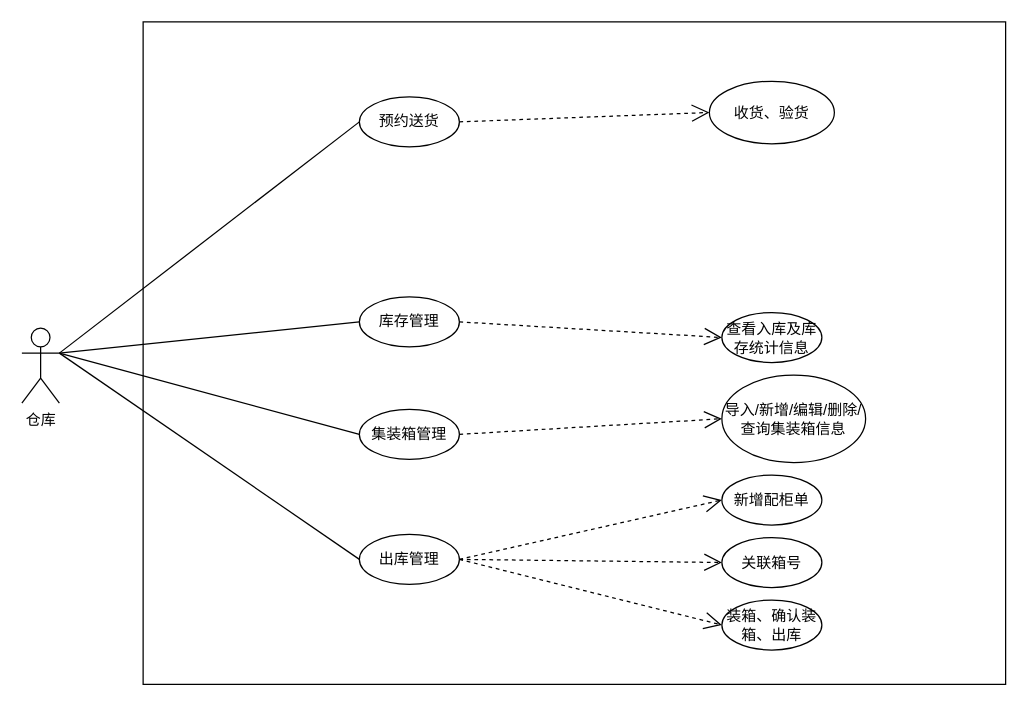
Earlier version of the draw.io diagram page "仓库用例图" (9 of 28) of wbooking docs/进区预约系统.drawio (sxc-one/e-conitl). Source tidied: cells renumbered, new cells numbered last; positions are measured from the earlier drawing's top-left corner, leaving out a move shared by most shapes. Both pictures are drawn from the tidied source at 125%, with x=0, y=0 at pixel (21, 21).
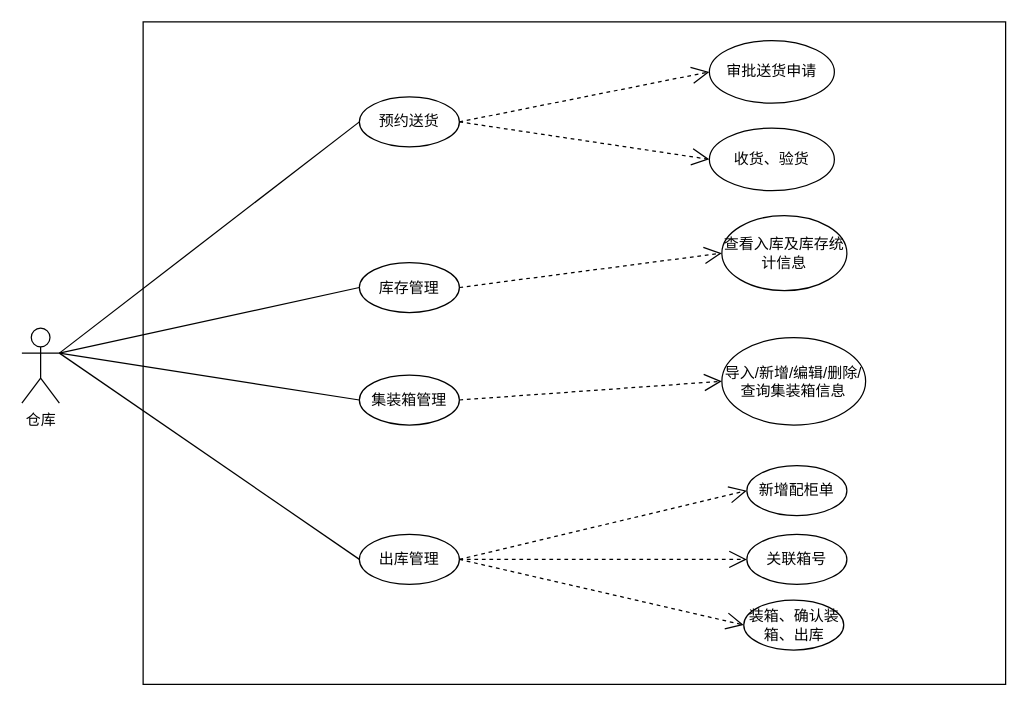
The same diagram, later.

Unchanged cells that the change refers to:
```xml
<mxCell id="6" value="预约送货" style="ellipse;whiteSpace=wrap;html=1;" parent="1" vertex="1">
  <mxGeometry x="270" y="60" width="80" height="40" as="geometry" />
</mxCell>
```

Diff of the diagram source:
```diff
@@
     <mxCell id="4" value="集装箱管理" style="ellipse;whiteSpace=wrap;html=1;" parent="1" vertex="1">
-      <mxGeometry x="270" y="310" width="80" height="40" as="geometry" />
+      <mxGeometry x="270" y="282.5" width="80" height="40" as="geometry" />
     </mxCell>
     <mxCell id="5" value="库存管理" style="ellipse;whiteSpace=wrap;html=1;" parent="1" vertex="1">
-      <mxGeometry x="270" y="220" width="80" height="40" as="geometry" />
+      <mxGeometry x="270" y="192.5" width="80" height="40" as="geometry" />
     </mxCell>
@@
     <mxCell id="8" value="收货、验货" style="ellipse;whiteSpace=wrap;html=1;" parent="1" vertex="1">
-      <mxGeometry x="550" y="47.5" width="100" height="50" as="geometry" />
+      <mxGeometry x="550" y="85" width="100" height="50" as="geometry" />
     </mxCell>
     <mxCell id="9" value="查看入库及库存统计信息" style="ellipse;whiteSpace=wrap;html=1;" parent="1" vertex="1">
-      <mxGeometry x="560" y="232.5" width="80" height="40" as="geometry" />
+      <mxGeometry x="560" y="155" width="100" height="60" as="geometry" />
     </mxCell>
     <mxCell id="10" value="导入/新增/编辑/删除/查询集装箱信息" style="ellipse;whiteSpace=wrap;html=1;" parent="1" vertex="1">
-      <mxGeometry x="560" y="282.5" width="115" height="70" as="geometry" />
+      <mxGeometry x="560" y="252.5" width="115" height="70" as="geometry" />
     </mxCell>
     <mxCell id="11" value="新增配柜单" style="ellipse;whiteSpace=wrap;html=1;" parent="1" vertex="1">
-      <mxGeometry x="560" y="362.5" width="80" height="40" as="geometry" />
+      <mxGeometry x="580" y="355" width="80" height="40" as="geometry" />
     </mxCell>
     <mxCell id="12" value="关联箱号" style="ellipse;whiteSpace=wrap;html=1;" parent="1" vertex="1">
-      <mxGeometry x="560" y="412.5" width="80" height="40" as="geometry" />
+      <mxGeometry x="580" y="410" width="80" height="40" as="geometry" />
     </mxCell>
@@
     <mxCell id="22" value="装箱、确认装箱、出库" style="ellipse;whiteSpace=wrap;html=1;" parent="1" vertex="1">
-      <mxGeometry x="560" y="462.5" width="80" height="40" as="geometry" />
+      <mxGeometry x="577.5" y="462.5" width="80" height="40" as="geometry" />
     </mxCell>
@@
+    <mxCell id="24" value="审批送货申请" style="ellipse;whiteSpace=wrap;html=1;" parent="1" vertex="1">
+      <mxGeometry x="550" y="15" width="100" height="50" as="geometry" />
+    </mxCell>
+    <mxCell id="25" style="endArrow=open;endSize=12;dashed=1;html=1;rounded=0;elbow=vertical;entryX=0;entryY=0.5;entryDx=0;entryDy=0;exitX=1;exitY=0.5;exitDx=0;exitDy=0;" parent="1" edge="1" source="6" target="24">
+      <mxGeometry relative="1" as="geometry" />
+    </mxCell>
```
